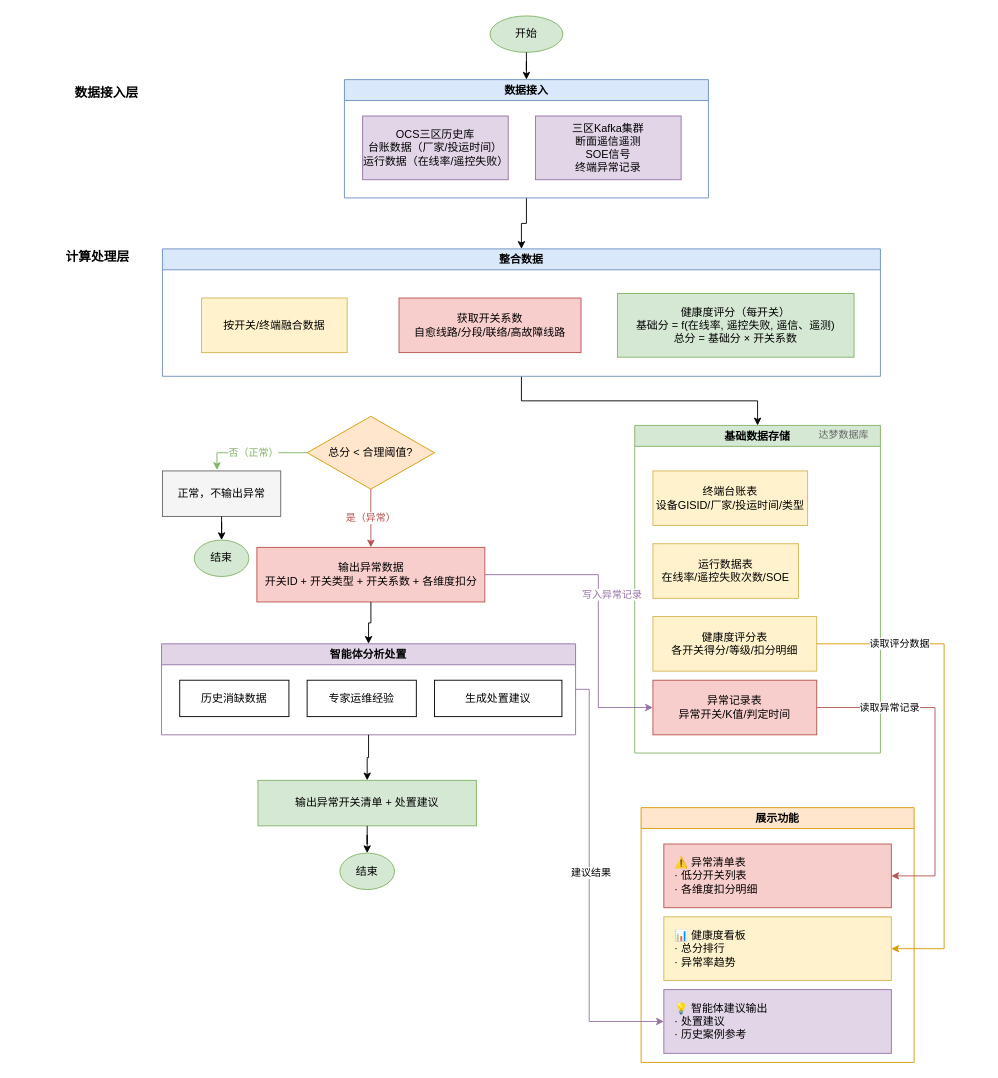
Above: 流程图.drawio in LieCoding/pwjkd (draw.io), before the change. Source tidied: cells renumbered, new cells numbered last; positions are measured from the earlier drawing's top-left corner, leaving out a move shared by most shapes. Both pictures are drawn from the tidied source at 91%, with x=0, y=0 at pixel (43, 15).
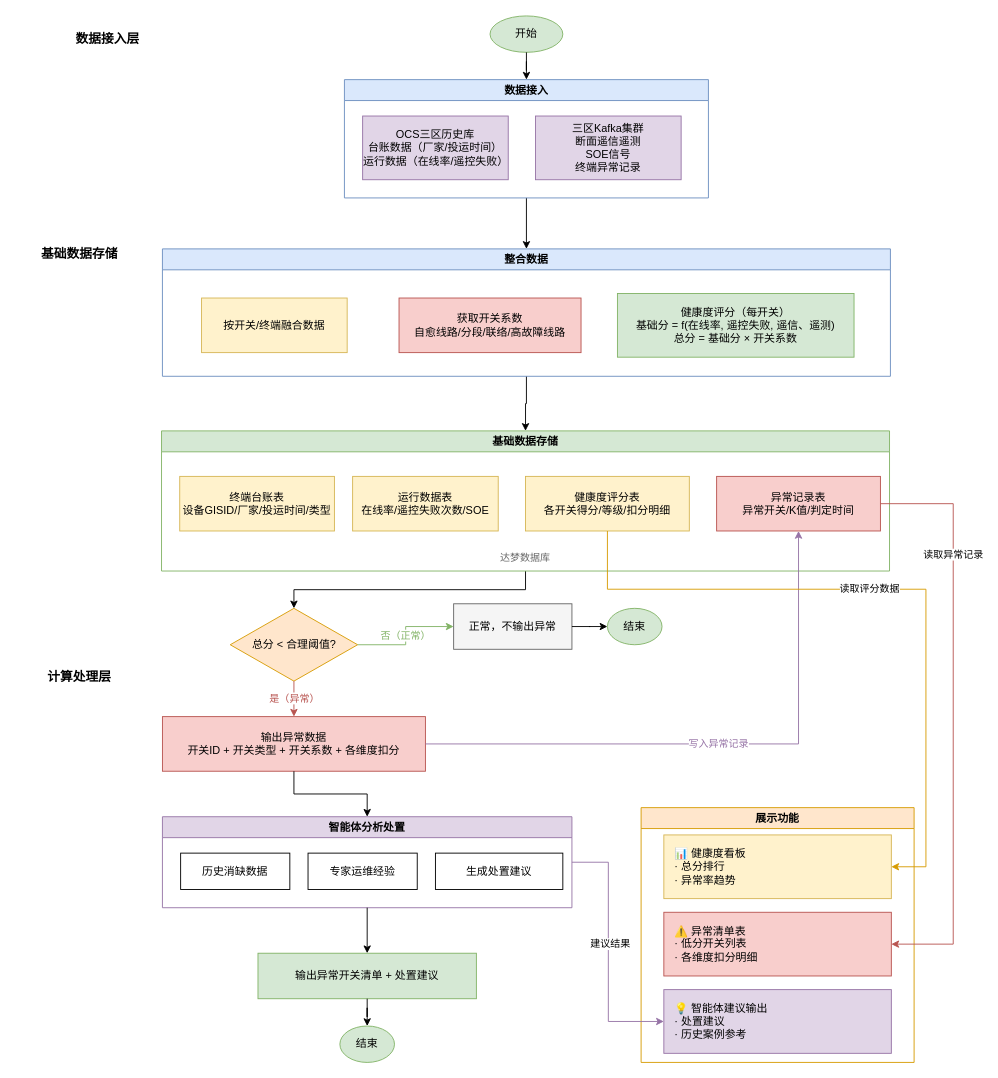
Above is the later version.

Commit message:
先存再处理.drawio

Unchanged cells that the change refers to:
```xml
<mxCell id="33" value="展示功能" style="swimlane;whiteSpace=wrap;html=1;fillColor=#ffe6cc;strokeColor=#d79b00;fontStyle=1;" parent="1" vertex="1">
  <mxGeometry x="657" y="870" width="300" height="280" as="geometry" />
</mxCell>
<mxCell id="36" value="💡 智能体建议输出&#10;· 处置建议&#10;· 历史案例参考" style="rounded=0;whiteSpace=wrap;html=1;fillColor=#e1d5e7;strokeColor=#9673a6;align=left;spacingLeft=10;" parent="33" vertex="1">
  <mxGeometry x="25" y="200" width="250" height="70" as="geometry" />
</mxCell>
```

What changed in the source:
```diff
@@
     <mxCell id="2" value="数据接入层" style="text;html=1;strokeColor=none;fillColor=none;align=center;verticalAlign=middle;whiteSpace=wrap;rounded=0;fontSize=14;fontStyle=1;" parent="1" vertex="1">
-      <mxGeometry x="10" y="70" width="120" height="30" as="geometry" />
+      <mxGeometry x="11" y="10" width="120" height="30" as="geometry" />
     </mxCell>
@@
+    <mxCell id="45" value="基础数据存储" style="text;html=1;strokeColor=none;fillColor=none;align=center;verticalAlign=middle;whiteSpace=wrap;rounded=0;fontSize=14;fontStyle=1;" parent="1" vertex="1">
+      <mxGeometry x="-30" y="246" width="140" height="30" as="geometry" />
+    </mxCell>
+    <mxCell id="46" style="edgeStyle=orthogonalEdgeStyle;rounded=0;jettySize=auto;html=1;exitX=0.5;exitY=1;exitDx=0;exitDy=0;entryX=0.5;entryY=0;entryDx=0;entryDy=0;" parent="1" edge="1" source="9" target="16">
+      <mxGeometry relative="1" as="geometry" />
+    </mxCell>
     <mxCell id="9" value="基础数据存储" style="swimlane;whiteSpace=wrap;html=1;fillColor=#d5e8d4;strokeColor=#82b366;fontStyle=1;" parent="1" vertex="1">
-      <mxGeometry x="650" y="450" width="270" height="360" as="geometry" />
+      <mxGeometry x="130" y="456" width="800" height="154" as="geometry" />
     </mxCell>
@@
     <mxCell id="11" value="运行数据表&#10;在线率/遥控失败次数/SOE" style="rounded=0;whiteSpace=wrap;html=1;fillColor=#fff2cc;strokeColor=#d6b656;" parent="9" vertex="1">
-      <mxGeometry x="20" y="130" width="160" height="60" as="geometry" />
+      <mxGeometry x="210" y="50" width="160" height="60" as="geometry" />
     </mxCell>
     <mxCell id="12" value="健康度评分表&#10;各开关得分/等级/扣分明细" style="rounded=0;whiteSpace=wrap;html=1;fillColor=#fff2cc;strokeColor=#d6b656;" parent="9" vertex="1">
-      <mxGeometry x="20" y="210" width="180" height="60" as="geometry" />
+      <mxGeometry x="400" y="50" width="180" height="60" as="geometry" />
     </mxCell>
     <mxCell id="13" value="异常记录表&#10;异常开关/K值/判定时间" style="rounded=0;whiteSpace=wrap;html=1;fillColor=#f8cecc;strokeColor=#b85450;" parent="9" vertex="1">
-      <mxGeometry x="20" y="280" width="180" height="60" as="geometry" />
+      <mxGeometry x="610" y="50" width="180" height="60" as="geometry" />
     </mxCell>
     <mxCell id="14" value="达梦数据库" style="text;html=1;strokeColor=none;fillColor=none;align=center;verticalAlign=middle;whiteSpace=wrap;rounded=0;fontSize=11;fontColor=#666666;" parent="9" vertex="1">
-      <mxGeometry x="200" width="60" height="20" as="geometry" />
+      <mxGeometry x="250" y="130" width="300" height="20" as="geometry" />
     </mxCell>
     <mxCell id="15" value="计算处理层" style="text;html=1;strokeColor=none;fillColor=none;align=center;verticalAlign=middle;whiteSpace=wrap;rounded=0;fontSize=14;fontStyle=1;" parent="1" vertex="1">
-      <mxGeometry y="250" width="120" height="30" as="geometry" />
+      <mxGeometry x="-20" y="711" width="120" height="30" as="geometry" />
     </mxCell>
     <mxCell id="16" value="总分 &lt; 合理阈值?" style="rhombus;whiteSpace=wrap;html=1;fillColor=#ffe6cc;strokeColor=#d79b00;" parent="1" vertex="1">
-      <mxGeometry x="290" y="440" width="140" height="80" as="geometry" />
+      <mxGeometry x="205.5" y="651" width="140" height="80" as="geometry" />
     </mxCell>
     <mxCell id="17" value="正常，不输出异常" style="rounded=0;whiteSpace=wrap;html=1;fillColor=#f5f5f5;strokeColor=#666666;" parent="1" vertex="1">
-      <mxGeometry x="131" y="500" width="130" height="50" as="geometry" />
+      <mxGeometry x="451" y="646" width="130" height="50" as="geometry" />
     </mxCell>
-    <mxCell id="18" value="结束" style="ellipse;whiteSpace=wrap;html=1;fillColor=#d5e8d4;strokeColor=#82b366;" parent="1" vertex="1">
-      <mxGeometry x="166" y="576" width="60" height="40" as="geometry" />
-    </mxCell>
+    <mxCell id="47" value="结束" style="ellipse;whiteSpace=wrap;html=1;fillColor=#d5e8d4;strokeColor=#82b366;" parent="1" vertex="1">
+      <mxGeometry x="620" y="651" width="60" height="40" as="geometry" />
+    </mxCell>
     <mxCell id="19" value="输出异常数据&lt;br&gt;开关ID + 开关类型 + 开关系数&amp;nbsp;+ 各维度扣分" style="rounded=0;whiteSpace=wrap;html=1;fillColor=#f8cecc;strokeColor=#b85450;" parent="1" vertex="1">
-      <mxGeometry x="234.8" y="584" width="250.5" height="60" as="geometry" />
+      <mxGeometry x="131" y="770" width="289" height="60" as="geometry" />
     </mxCell>
     <mxCell id="20" value="智能体分析处置" style="swimlane;whiteSpace=wrap;html=1;fillColor=#e1d5e7;strokeColor=#9673a6;" parent="1" vertex="1">
-      <mxGeometry x="130" y="690" width="455" height="100" as="geometry" />
+      <mxGeometry x="131" y="880" width="450" height="100" as="geometry" />
     </mxCell>
@@
     <mxCell id="24" value="输出异常开关清单 + 处置建议" style="rounded=0;whiteSpace=wrap;html=1;fillColor=#d5e8d4;strokeColor=#82b366;" parent="1" vertex="1">
-      <mxGeometry x="236" y="840" width="240" height="50" as="geometry" />
+      <mxGeometry x="236" y="1030" width="240" height="50" as="geometry" />
     </mxCell>
-    <mxCell id="25" value="结束" style="ellipse;whiteSpace=wrap;html=1;fillColor=#d5e8d4;strokeColor=#82b366;" parent="1" vertex="1">
-      <mxGeometry x="326" y="920" width="60" height="40" as="geometry" />
-    </mxCell>
+    <mxCell id="48" value="结束" style="ellipse;whiteSpace=wrap;html=1;fillColor=#d5e8d4;strokeColor=#82b366;" parent="1" vertex="1">
+      <mxGeometry x="326" y="1110" width="60" height="40" as="geometry" />
+    </mxCell>
@@
-    <mxCell id="27" value="否（正常）" style="edgeStyle=orthogonalEdgeStyle;rounded=0;jettySize=auto;html=1;strokeColor=#82b366;fontColor=#82b366;entryX=0.461;entryY=-0.021;entryDx=0;entryDy=0;entryPerimeter=0;" parent="1" edge="1" source="16" target="17">
+    <mxCell id="27" value="否（正常）" style="edgeStyle=orthogonalEdgeStyle;rounded=0;jettySize=auto;html=1;strokeColor=#82b366;fontColor=#82b366;" parent="1" edge="1" source="16" target="17">
       <mxGeometry relative="1" as="geometry" />
     </mxCell>
-    <mxCell id="28" style="edgeStyle=orthogonalEdgeStyle;rounded=0;jettySize=auto;html=1;" parent="1" edge="1" source="17" target="18">
-      <mxGeometry relative="1" as="geometry" />
-    </mxCell>
+    <mxCell id="49" style="edgeStyle=orthogonalEdgeStyle;rounded=0;jettySize=auto;html=1;" parent="1" edge="1" source="17" target="47">
+      <mxGeometry relative="1" as="geometry" />
+    </mxCell>
@@
-    <mxCell id="31" style="edgeStyle=orthogonalEdgeStyle;rounded=0;jettySize=auto;html=1;" parent="1" edge="1" source="24" target="25">
-      <mxGeometry relative="1" as="geometry" />
-    </mxCell>
+    <mxCell id="50" style="edgeStyle=orthogonalEdgeStyle;rounded=0;jettySize=auto;html=1;" parent="1" edge="1" source="24" target="48">
+      <mxGeometry relative="1" as="geometry" />
+    </mxCell>
-    <mxCell id="32" value="写入异常记录" style="edgeStyle=orthogonalEdgeStyle;rounded=0;jettySize=auto;html=1;strokeColor=#9673a6;strokeDashPattern=8 4;fontColor=#9673a6;entryX=0;entryY=0.5;entryDx=0;entryDy=0;" parent="1" edge="1" source="19" target="13">
-      <mxGeometry x="-0.11" y="15" relative="1" as="geometry">
-        <Array as="points">
-          <mxPoint x="610" y="614" />
-          <mxPoint x="610" y="760" />
-        </Array>
-      </mxGeometry>
+    <mxCell id="32" value="写入异常记录" style="edgeStyle=orthogonalEdgeStyle;rounded=0;jettySize=auto;html=1;strokeColor=#9673a6;strokeDashPattern=8 4;fontColor=#9673a6;" parent="1" edge="1" source="19" target="13">
+      <mxGeometry relative="1" as="geometry" />
     </mxCell>
@@
     <mxCell id="34" value="📊 健康度看板&#10;· 总分排行&#10;· 异常率趋势" style="rounded=0;whiteSpace=wrap;html=1;fillColor=#fff2cc;strokeColor=#d6b656;align=left;spacingLeft=10;" parent="33" vertex="1">
-      <mxGeometry x="25" y="120" width="250" height="70" as="geometry" />
+      <mxGeometry x="25" y="30" width="250" height="70" as="geometry" />
     </mxCell>
     <mxCell id="35" value="⚠️ 异常清单表&#10;· 低分开关列表&#10;· 各维度扣分明细" style="rounded=0;whiteSpace=wrap;html=1;fillColor=#f8cecc;strokeColor=#b85450;align=left;spacingLeft=10;" parent="33" vertex="1">
-      <mxGeometry x="25" y="40" width="250" height="70" as="geometry" />
+      <mxGeometry x="25" y="115" width="250" height="70" as="geometry" />
     </mxCell>
@@
-    <mxCell id="37" value="读取评分数据" style="edgeStyle=orthogonalEdgeStyle;rounded=0;jettySize=auto;html=1;strokeColor=#d79b00;entryX=1;entryY=0.5;entryDx=0;entryDy=0;exitX=1;exitY=0.5;exitDx=0;exitDy=0;" parent="1" edge="1" source="12" target="34">
-      <mxGeometry x="-0.66" relative="1" as="geometry">
+    <mxCell id="37" value="读取评分数据" style="edgeStyle=orthogonalEdgeStyle;rounded=0;jettySize=auto;html=1;strokeColor=#d79b00;entryX=1;entryY=0.5;entryDx=0;entryDy=0;exitX=0.5;exitY=1;exitDx=0;exitDy=0;" parent="1" edge="1" source="12" target="34">
+      <mxGeometry x="-0.07" relative="1" as="geometry">
         <Array as="points">
-          <mxPoint x="990" y="690" />
-          <mxPoint x="990" y="1025" />
+          <mxPoint x="620" y="630" />
+          <mxPoint x="970" y="630" />
+          <mxPoint x="970" y="935" />
         </Array>
       </mxGeometry>
     </mxCell>
     <mxCell id="38" value="读取异常记录" style="edgeStyle=orthogonalEdgeStyle;rounded=0;jettySize=auto;html=1;strokeColor=#b85450;entryX=1;entryY=0.5;entryDx=0;entryDy=0;exitX=1;exitY=0.5;exitDx=0;exitDy=0;" parent="1" edge="1" source="13" target="35">
-      <mxGeometry x="-0.56" relative="1" as="geometry">
+      <mxGeometry x="-0.57" relative="1" as="geometry">
         <Array as="points">
-          <mxPoint x="980" y="760" />
-          <mxPoint x="980" y="945" />
+          <mxPoint x="1000" y="536" />
+          <mxPoint x="1000" y="1020" />
         </Array>
       </mxGeometry>
     </mxCell>
-    <mxCell id="39" value="建议结果" style="edgeStyle=orthogonalEdgeStyle;rounded=0;jettySize=auto;html=1;strokeColor=#9673a6;entryX=0;entryY=0.5;entryDx=0;entryDy=0;exitX=1;exitY=0.5;exitDx=0;exitDy=0;" parent="1" edge="1" source="20" target="36">
+    <mxCell id="39" value="建议结果" style="edgeStyle=orthogonalEdgeStyle;rounded=0;jettySize=auto;html=1;strokeColor=#9673a6;entryX=0;entryY=0.5;entryDx=0;entryDy=0;" parent="1" edge="1" source="20" target="36">
       <mxGeometry x="-0.06" y="2" relative="1" as="geometry">
         <Array as="points">
-          <mxPoint x="600" y="740" />
-          <mxPoint x="600" y="1105" />
+          <mxPoint x="621" y="930" />
+          <mxPoint x="621" y="1105" />
         </Array>
       </mxGeometry>
     </mxCell>
@@
     <mxCell id="41" value="整合数据" style="swimlane;whiteSpace=wrap;html=1;fillColor=#dae8fc;strokeColor=#6c8ebf;fontStyle=1;" parent="1" vertex="1">
-      <mxGeometry x="131" y="256" width="789" height="140" as="geometry" />
+      <mxGeometry x="131" y="256" width="800" height="140" as="geometry" />
     </mxCell>
```
